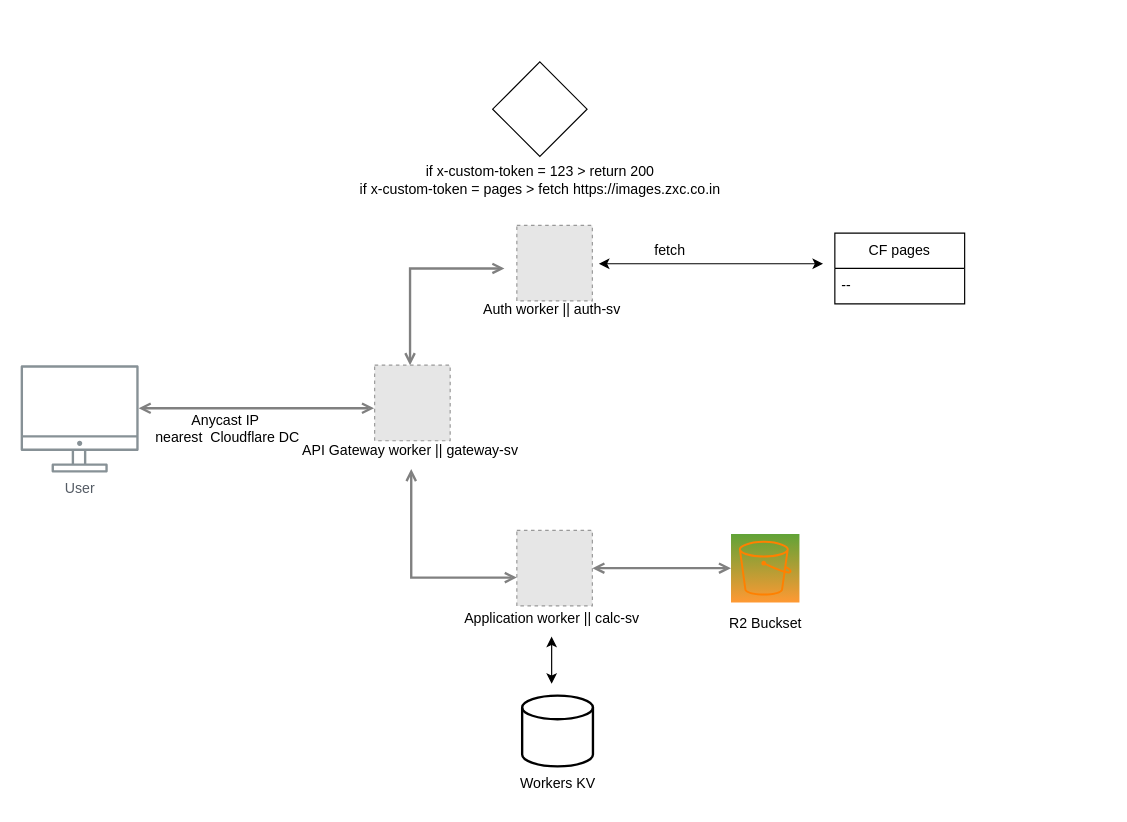
Before: service_bindings.drawio in iamask/flowchart, a draw.io diagram. Source tidied: cells renumbered, new cells numbered last; positions are measured from the earlier drawing's top-left corner, leaving out a move shared by most shapes. Both pictures are drawn from the tidied source at 118%, with x=0, y=0 at pixel (20, 61). Pictures stored in the file or linked from it are replaced by grey dashed boxes.
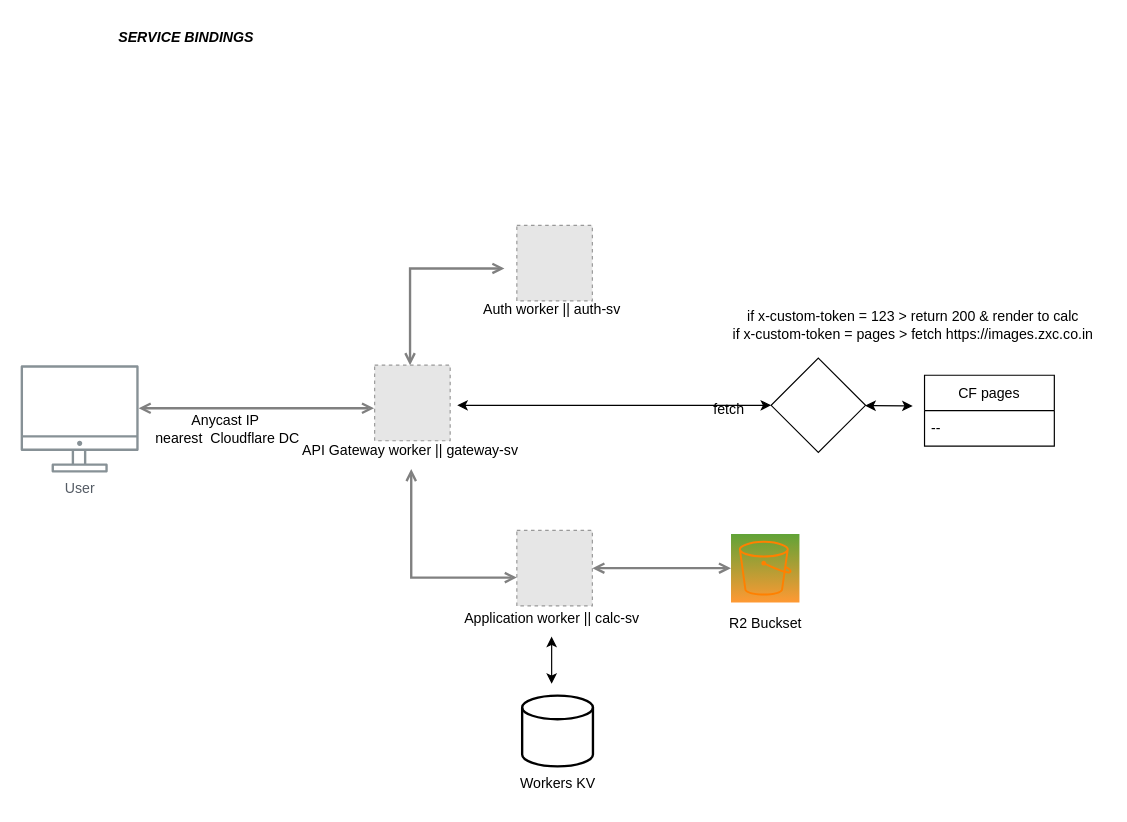
After the change.

What changed in the source:
```diff
@@
-    <mxCell id="19" style="endArrow=classic;startArrow=classic;html=1;rounded=0;" parent="1" edge="1">
+    <mxCell id="19" style="endArrow=classic;startArrow=classic;html=1;rounded=0;" parent="1" edge="1" source="21">
       <mxGeometry relative="1" as="geometry">
-        <mxPoint x="490" y="171" as="sourcePoint" />
-        <mxPoint x="680" y="171" as="targetPoint" />
+        <mxPoint x="756" y="291.5" as="targetPoint" />
       </mxGeometry>
     </mxCell>
     <mxCell id="20" value="fetch" style="text;html=1;align=center;verticalAlign=middle;strokeColor=none;fillColor=none;" parent="1" vertex="1">
-      <mxGeometry x="525" y="145" width="50" height="30" as="geometry" />
+      <mxGeometry x="575" y="279.5" width="50" height="30" as="geometry" />
     </mxCell>
-    <mxCell id="21" style="rhombus;whiteSpace=wrap;html=1;" parent="1" vertex="1">
-      <mxGeometry x="400" width="80" height="80" as="geometry" />
-    </mxCell>
-    <mxCell id="22" value="if&amp;nbsp;x-custom-token = 123 &amp;gt; return 200&lt;br&gt;if&amp;nbsp;x-custom-token = pages &amp;gt; fetch https://images.zxc.co.in" style="text;html=1;align=center;verticalAlign=middle;strokeColor=none;fillColor=none;" parent="1" vertex="1">
-      <mxGeometry x="275" y="80" width="330" height="40" as="geometry" />
+    <mxCell id="22" value="if&amp;nbsp;x-custom-token = 123 &amp;gt; return 200 &amp;amp; render to calc&lt;br&gt;if&amp;nbsp;x-custom-token = pages &amp;gt; fetch https://images.zxc.co.in" style="text;html=1;align=center;verticalAlign=middle;strokeColor=none;fillColor=none;" parent="1" vertex="1">
+      <mxGeometry x="591" y="202.5" width="330" height="40" as="geometry" />
     </mxCell>
     <mxCell id="23" value="CF pages" style="swimlane;fontStyle=0;horizontal=1;startSize=30;whiteSpace=wrap;html=1;" parent="1" vertex="1">
-      <mxGeometry x="690" y="145" width="110" height="60" as="geometry" />
+      <mxGeometry x="766" y="265.5" width="110" height="60" as="geometry" />
     </mxCell>
@@
+    <mxCell id="25" style="endArrow=classic;startArrow=classic;html=1;rounded=0;" parent="1" edge="1" target="21">
+      <mxGeometry relative="1" as="geometry">
+        <mxPoint x="370" y="291" as="sourcePoint" />
+      </mxGeometry>
+    </mxCell>
+    <mxCell id="21" style="rhombus;whiteSpace=wrap;html=1;" parent="1" vertex="1">
+      <mxGeometry x="636" y="251" width="80" height="80" as="geometry" />
+    </mxCell>
+    <mxCell id="26" value="&lt;b&gt;&lt;i&gt;SERVICE BINDINGS&lt;/i&gt;&lt;/b&gt;" style="text;html=1;align=center;verticalAlign=middle;strokeColor=none;fillColor=none;" parent="1" vertex="1">
+      <mxGeometry x="70" y="-35" width="140" height="30" as="geometry" />
+    </mxCell>
```
